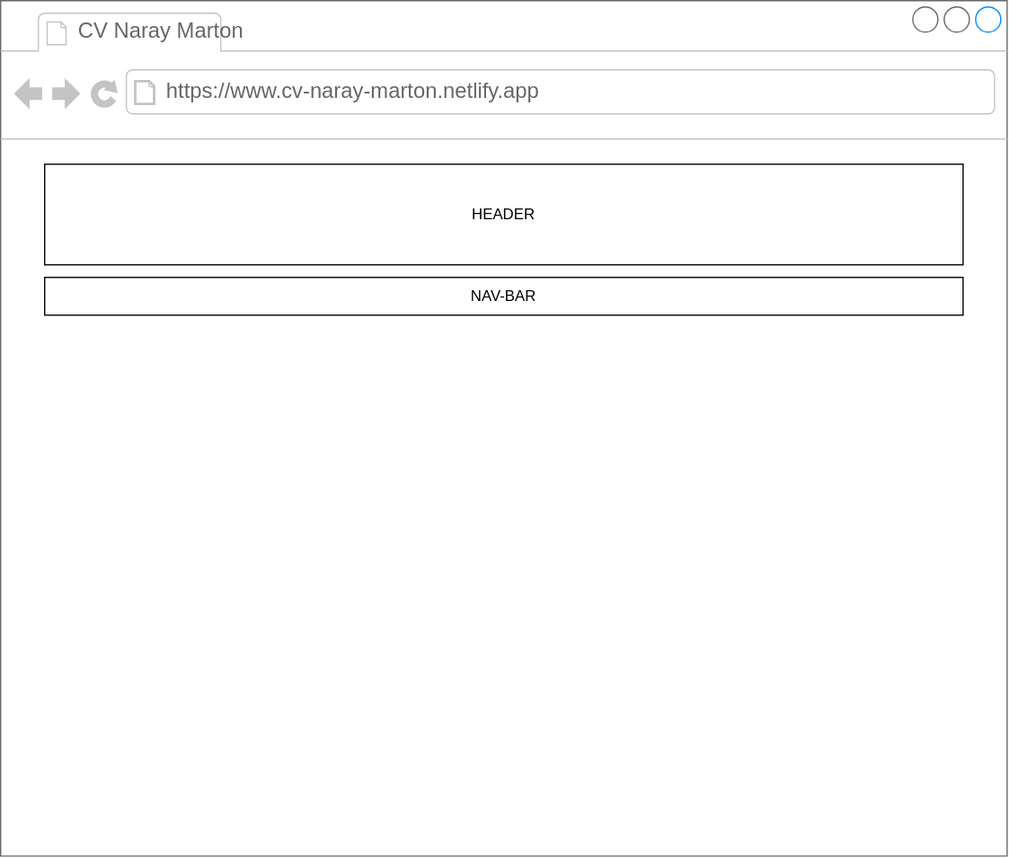
Earlier version of the draw.io export mockup_page_home.drawio.svg (mnaray/mockups). Source tidied: cells renumbered, new cells last; positions are measured from the earlier drawing's top-left corner, leaving out a move shared by most shapes. Its diagram source:
```xml
<mxGraphModel>
  <root>
    <mxCell id="0" />
    <mxCell id="1" parent="0" />
    <mxCell id="2" style="strokeWidth=1;shadow=0;dashed=0;align=center;html=1;shape=mxgraph.mockup.containers.browserWindow;rSize=0;strokeColor=#666666;strokeColor2=#008cff;strokeColor3=#c4c4c4;mainText=,;" parent="1" vertex="1">
      <mxGeometry width="800" height="680" as="geometry" />
    </mxCell>
    <mxCell id="3" value="CV Naray Marton" style="strokeWidth=1;shadow=0;dashed=0;align=center;html=1;shape=mxgraph.mockup.containers.anchor;fontSize=17;fontColor=#666666;align=left;" parent="2" vertex="1">
      <mxGeometry x="60" y="12" width="110" height="26" as="geometry" />
    </mxCell>
    <mxCell id="4" value="https://www.cv-naray-marton.netlify.app" style="strokeWidth=1;shadow=0;dashed=0;align=center;html=1;shape=mxgraph.mockup.containers.anchor;rSize=0;fontSize=17;fontColor=#666666;align=left;" parent="2" vertex="1">
      <mxGeometry x="130" y="60" width="250" height="26" as="geometry" />
    </mxCell>
    <mxCell id="5" value="HEADER" style="rounded=0;whiteSpace=wrap;html=1;" parent="2" vertex="1">
      <mxGeometry x="35" y="130" width="730" height="80" as="geometry" />
    </mxCell>
    <mxCell id="6" value="NAV-BAR" style="rounded=0;whiteSpace=wrap;html=1;" parent="2" vertex="1">
      <mxGeometry x="35" y="220" width="730" height="30" as="geometry" />
    </mxCell>
  </root>
</mxGraphModel>
```
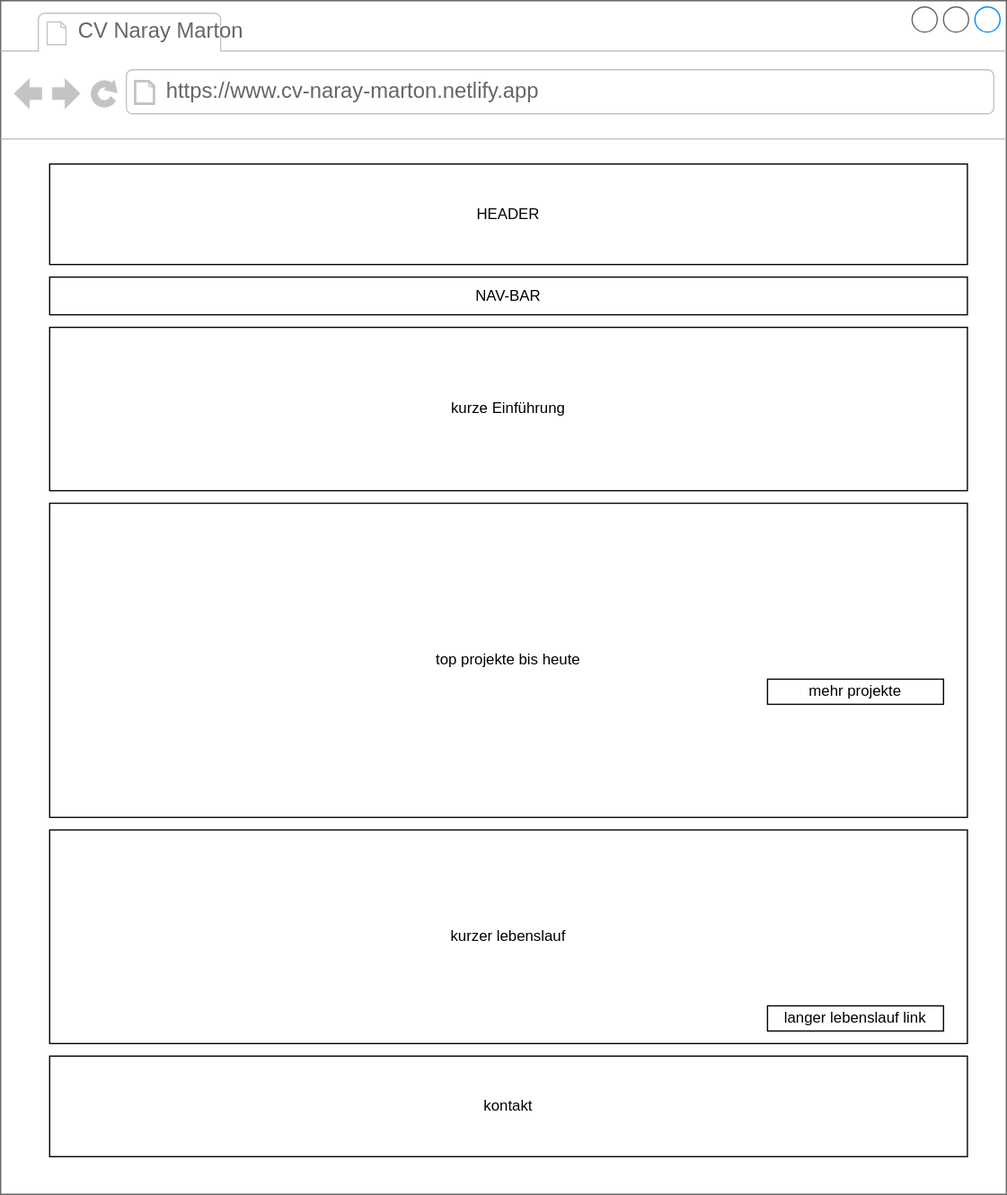
Later version of the same file.

Diff of the diagram source:
```diff
@@ -3,7 +3,7 @@
     <mxCell id="0" />
     <mxCell id="1" parent="0" />
     <mxCell id="2" style="strokeWidth=1;shadow=0;dashed=0;align=center;html=1;shape=mxgraph.mockup.containers.browserWindow;rSize=0;strokeColor=#666666;strokeColor2=#008cff;strokeColor3=#c4c4c4;mainText=,;" parent="1" vertex="1">
-      <mxGeometry width="800" height="680" as="geometry" />
+      <mxGeometry width="800" height="950" as="geometry" />
     </mxCell>
     <mxCell id="3" value="CV Naray Marton" style="strokeWidth=1;shadow=0;dashed=0;align=center;html=1;shape=mxgraph.mockup.containers.anchor;fontSize=17;fontColor=#666666;align=left;" parent="2" vertex="1">
       <mxGeometry x="60" y="12" width="110" height="26" as="geometry" />
@@ -12,10 +12,28 @@
       <mxGeometry x="130" y="60" width="250" height="26" as="geometry" />
     </mxCell>
     <mxCell id="5" value="HEADER" style="rounded=0;whiteSpace=wrap;html=1;" parent="2" vertex="1">
-      <mxGeometry x="35" y="130" width="730" height="80" as="geometry" />
+      <mxGeometry x="39" y="130" width="730" height="80" as="geometry" />
     </mxCell>
     <mxCell id="6" value="NAV-BAR" style="rounded=0;whiteSpace=wrap;html=1;" parent="2" vertex="1">
-      <mxGeometry x="35" y="220" width="730" height="30" as="geometry" />
+      <mxGeometry x="39" y="220" width="730" height="30" as="geometry" />
     </mxCell>
+    <mxCell id="7" value="kurze Einführung" style="rounded=0;whiteSpace=wrap;html=1;" parent="2" vertex="1">
+      <mxGeometry x="39" y="260" width="730" height="130" as="geometry" />
+    </mxCell>
+    <mxCell id="8" value="kurzer lebenslauf&lt;br&gt;" style="rounded=0;whiteSpace=wrap;html=1;" parent="2" vertex="1">
+      <mxGeometry x="39" y="660" width="730" height="170" as="geometry" />
+    </mxCell>
+    <mxCell id="9" value="langer lebenslauf link" style="rounded=0;whiteSpace=wrap;html=1;" parent="2" vertex="1">
+      <mxGeometry x="610" y="800" width="140" height="20" as="geometry" />
+    </mxCell>
+    <mxCell id="10" value="top projekte bis heute" style="rounded=0;whiteSpace=wrap;html=1;" parent="2" vertex="1">
+      <mxGeometry x="39" y="400" width="730" height="250" as="geometry" />
+    </mxCell>
+    <mxCell id="11" value="kontakt" style="rounded=0;whiteSpace=wrap;html=1;" parent="2" vertex="1">
+      <mxGeometry x="39" y="840" width="730" height="80" as="geometry" />
+    </mxCell>
+    <mxCell id="12" value="mehr projekte" style="rounded=0;whiteSpace=wrap;html=1;" parent="2" vertex="1">
+      <mxGeometry x="610" y="540" width="140" height="20" as="geometry" />
+    </mxCell>
   </root>
 </mxGraphModel>
```
